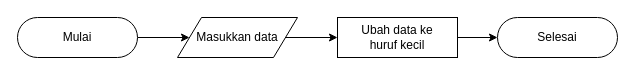
mksyfla/analysis-sentiment-using-svm keeps this draw.io diagram as page "Case Folding" (4 of 9) of Untitled Diagram.drawio. Above is the earlier version. Source tidied: cells renumbered, new cells numbered last; positions are measured from the earlier drawing's top-left corner, leaving out a move shared by most shapes. Both pictures are drawn from the tidied source at 100%, with x=0, y=0 at pixel (17, 17).
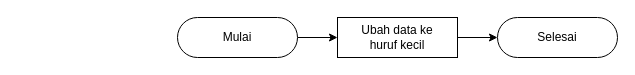
Above is the later version.

Diff of the diagram source:
```diff
@@
 <mxGraphModel>
   <root>
     <mxCell id="0" />
     <mxCell id="1" parent="0" />
-    <mxCell id="2" style="edgeStyle=orthogonalEdgeStyle;rounded=0;jettySize=auto;html=1;" parent="1" edge="1" source="3" target="8">
-      <mxGeometry relative="1" as="geometry" />
-    </mxCell>
+    <mxCell id="9" style="edgeStyle=orthogonalEdgeStyle;rounded=0;jettySize=auto;html=1;" parent="1" edge="1" source="3" target="6">
+      <mxGeometry relative="1" as="geometry" />
+    </mxCell>
     <mxCell id="3" value="Mulai" style="html=1;dashed=0;whiteSpace=wrap;shape=mxgraph.dfd.start;" parent="1" vertex="1">
-      <mxGeometry width="120" height="40" as="geometry" />
+      <mxGeometry x="160" width="120" height="40" as="geometry" />
     </mxCell>
     <mxCell id="4" value="Selesai" style="html=1;dashed=0;whiteSpace=wrap;shape=mxgraph.dfd.start;" parent="1" vertex="1">
       <mxGeometry x="480" width="120" height="40" as="geometry" />
     </mxCell>
     <mxCell id="5" style="edgeStyle=orthogonalEdgeStyle;rounded=0;jettySize=auto;html=1;" parent="1" edge="1" source="6" target="4">
       <mxGeometry relative="1" as="geometry" />
     </mxCell>
     <mxCell id="6" value="&lt;div&gt;Ubah data ke&lt;/div&gt;&lt;div&gt;huruf kecil&lt;/div&gt;" style="html=1;dashed=0;whiteSpace=wrap;" parent="1" vertex="1">
       <mxGeometry x="320" width="120" height="40" as="geometry" />
     </mxCell>
-    <mxCell id="7" style="edgeStyle=orthogonalEdgeStyle;rounded=0;jettySize=auto;html=1;" parent="1" edge="1" source="8" target="6">
-      <mxGeometry relative="1" as="geometry" />
-    </mxCell>
-    <mxCell id="8" value="Masukkan data" style="shape=parallelogram;perimeter=parallelogramPerimeter;whiteSpace=wrap;html=1;dashed=0;" parent="1" vertex="1">
-      <mxGeometry x="160" width="120" height="40" as="geometry" />
-    </mxCell>
   </root>
 </mxGraphModel>
```
